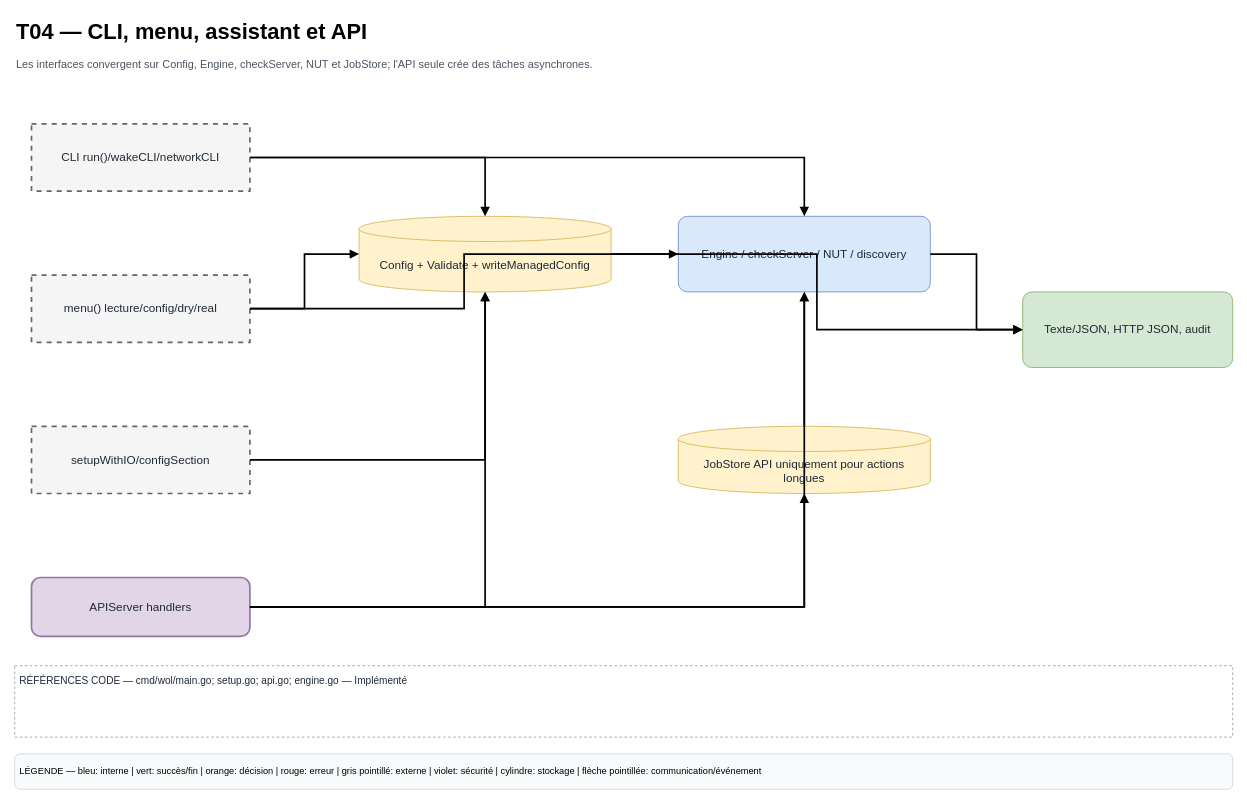
HaasGa-Factory/WOL-Manager keeps this draw.io diagram as page "T04 — CLI, menu et API" (4 of 18) of docs/diagrams/WoL-Manager-Technique.drawio. Above is the earlier version. Source tidied: cells renumbered, new cells numbered last; positions are measured from the earlier drawing's top-left corner, leaving out a move shared by most shapes. Both pictures are drawn from the tidied source at 84%, with x=0, y=0 at pixel (14, 14).
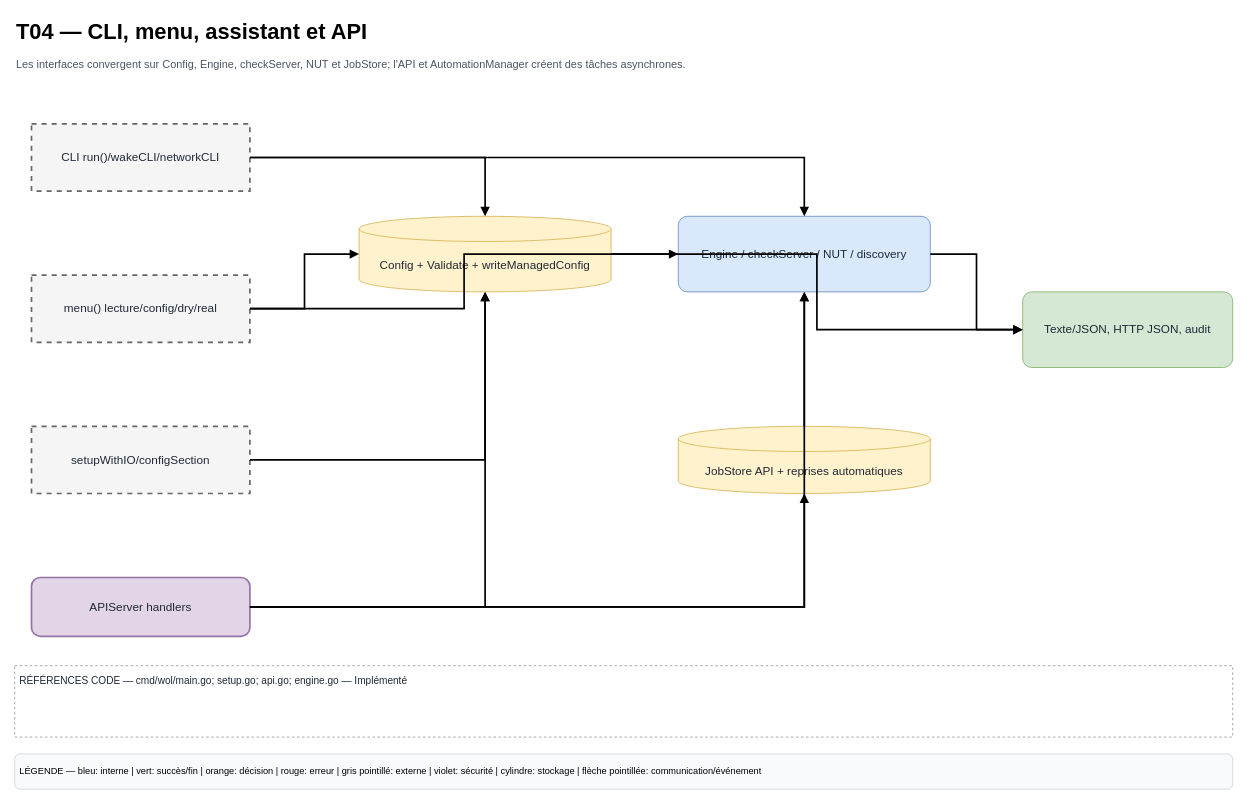
The same page after the edit.

The edit, as a diff of the source:
```diff
@@
-    <mxCell id="3" value="Les interfaces convergent sur Config, Engine, checkServer, NUT et JobStore; l&amp;#x27;API seule crée des tâches asynchrones." style="text;html=1;strokeColor=none;fillColor=none;fontSize=13;fontColor=#4b5563;align=left;verticalAlign=top;whiteSpace=wrap;" parent="1" vertex="1">
+    <mxCell id="3" value="Les interfaces convergent sur Config, Engine, checkServer, NUT et JobStore; l&amp;#x27;API et AutomationManager créent des tâches asynchrones." style="text;html=1;strokeColor=none;fillColor=none;fontSize=13;fontColor=#4b5563;align=left;verticalAlign=top;whiteSpace=wrap;" parent="1" vertex="1">
       <mxGeometry y="45" width="1450" height="55" as="geometry" />
     </mxCell>
@@
-    <mxCell id="12" value="JobStore&amp;#xa;API uniquement pour actions longues" style="whiteSpace=wrap;html=1;fillColor=#fff2cc;strokeColor=#d6b656;fontSize=14;fontColor=#1f2937;align=center;verticalAlign=middle;spacing=6;shadow=0;shape=cylinder3;boundedLbl=1;backgroundOutline=1;size=15;" parent="1" vertex="1">
+    <mxCell id="12" value="JobStore&amp;#xa;API + reprises automatiques" style="whiteSpace=wrap;html=1;fillColor=#fff2cc;strokeColor=#d6b656;fontSize=14;fontColor=#1f2937;align=center;verticalAlign=middle;spacing=6;shadow=0;shape=cylinder3;boundedLbl=1;backgroundOutline=1;size=15;" parent="1" vertex="1">
       <mxGeometry x="790" y="490" width="300" height="80" as="geometry" />
     </mxCell>
```
